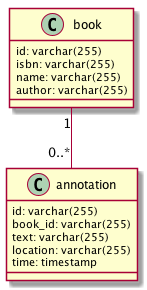
Above: docs/domain.png in milanaleksic/tt-extractor-kindle (PlantUML), before the change.
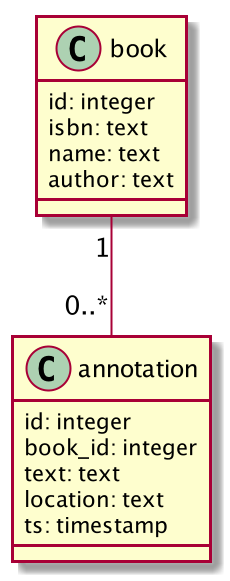
Later version of the same file.

Change to the diagram source:
```diff
@@ -1,16 +1,16 @@
 @startuml
 class book {
-{field} id: varchar(255)
-{field} isbn: varchar(255)
-{field} name: varchar(255)
-{field} author: varchar(255)
+{field} id: integer
+{field} isbn: text
+{field} name: text
+{field} author: text
 }
 class annotation {
-{field} id: varchar(255)
-{field} book_id: varchar(255)
-{field} text: varchar(255)
-{field} location: varchar(255)
-{field} time: timestamp
+{field} id: integer
+{field} book_id: integer
+{field} text: text
+{field} location: text
+{field} ts: timestamp
 }
 book "1" -- "0..*" annotation
 @enduml
```
